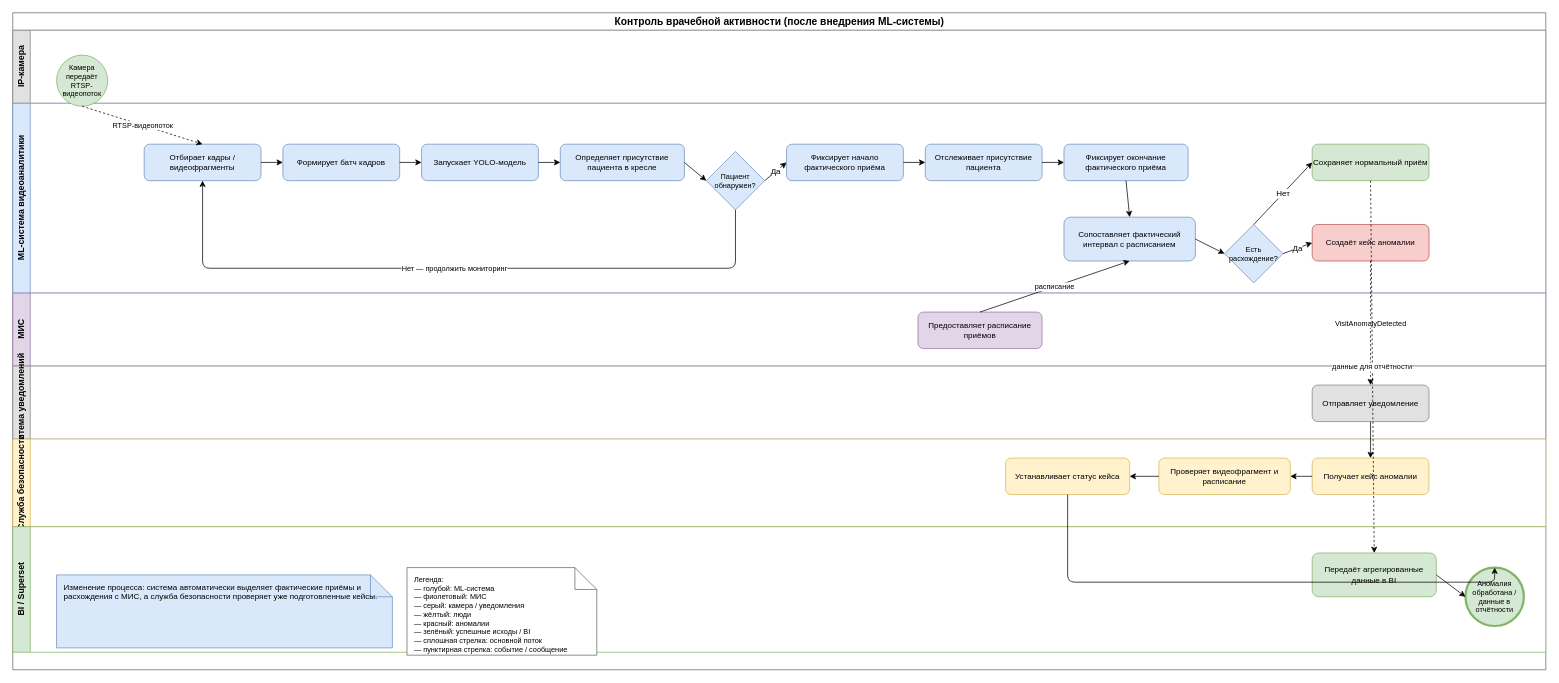
This is diagrams/source/bpmn-after.drawio from AnastasyaDedkova/project-ml-video-analytics, a draw.io file, before an edit. Source tidied: cells renumbered, new cells numbered last; positions are measured from the earlier drawing's top-left corner, leaving out a move shared by most shapes. Both pictures are drawn from the tidied source at 73%, with x=0, y=0 at pixel (12, 12).
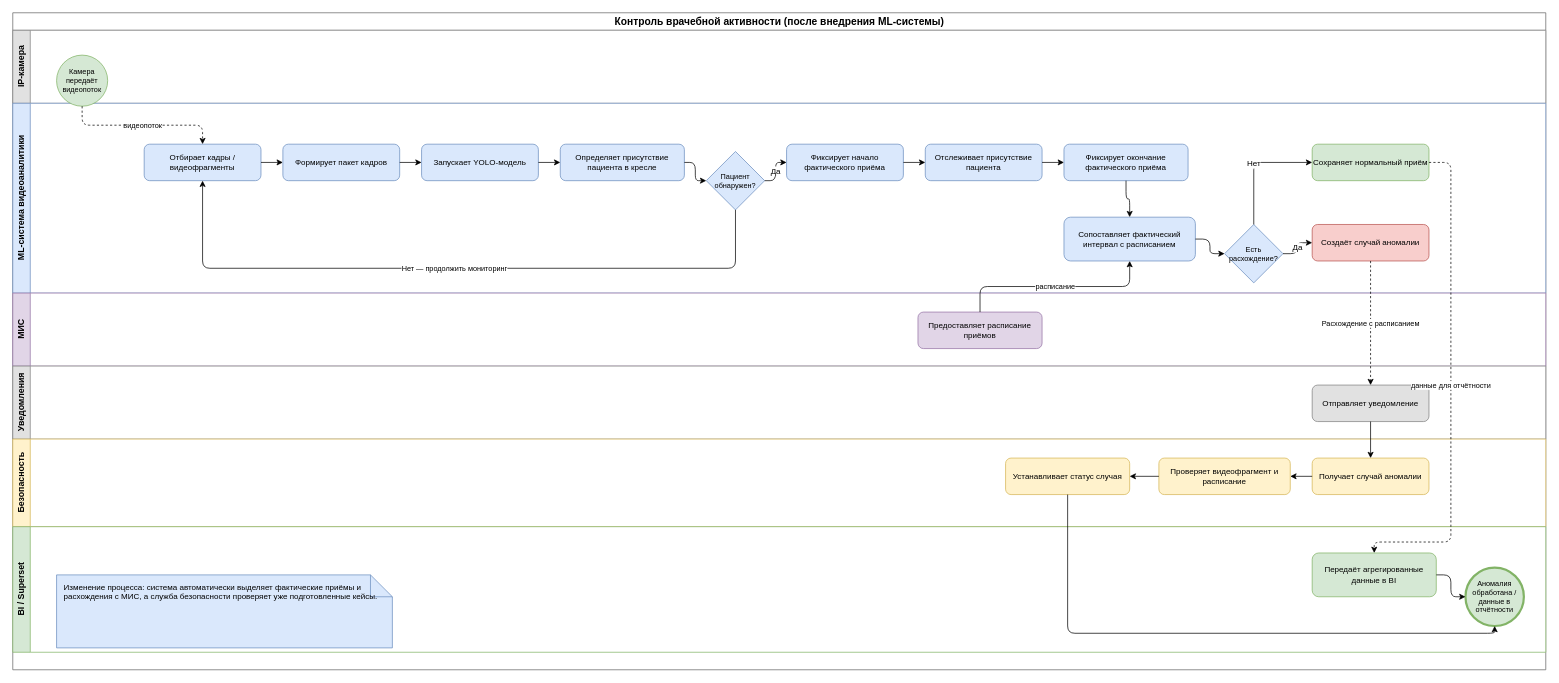
After the change.

Commit message (it also covers changes not shown here):
диаграммы bpmn, er, uml

Unchanged cells that the change refers to:
```xml
<mxCell id="2" value="Контроль врачебной активности (после внедрения ML-системы)" style="shape=swimlane;html=1;startSize=24;fontSize=14;fontStyle=1;fillColor=#FFFFFF;strokeColor=#666666;" parent="1" vertex="1">
  <mxGeometry width="2100" height="900" as="geometry" />
</mxCell>
<mxCell id="10" value="Отбирает кадры / видеофрагменты" style="rounded=1;whiteSpace=wrap;html=1;fillColor=#DAE8FC;strokeColor=#6C8EBF;fontSize=11;" parent="2" vertex="1">
  <mxGeometry x="180" y="180" width="160" height="50" as="geometry" />
</mxCell>
<mxCell id="12" value="Запускает YOLO-модель" style="rounded=1;whiteSpace=wrap;html=1;fillColor=#DAE8FC;strokeColor=#6C8EBF;fontSize=11;" parent="2" vertex="1">
  <mxGeometry x="560" y="180" width="160" height="50" as="geometry" />
</mxCell>
<mxCell id="13" value="Определяет присутствие пациента в кресле" style="rounded=1;whiteSpace=wrap;html=1;fillColor=#DAE8FC;strokeColor=#6C8EBF;fontSize=11;" parent="2" vertex="1">
  <mxGeometry x="750" y="180" width="170" height="50" as="geometry" />
</mxCell>
<mxCell id="14" value="Пациент&#10;обнаружен?" style="rhombus;whiteSpace=wrap;html=1;fillColor=#DAE8FC;strokeColor=#6C8EBF;fontSize=10;" parent="2" vertex="1">
  <mxGeometry x="950" y="190" width="80" height="80" as="geometry" />
</mxCell>
<mxCell id="15" value="Фиксирует начало фактического приёма" style="rounded=1;whiteSpace=wrap;html=1;fillColor=#DAE8FC;strokeColor=#6C8EBF;fontSize=11;" parent="2" vertex="1">
  <mxGeometry x="1060" y="180" width="160" height="50" as="geometry" />
</mxCell>
<mxCell id="16" value="Отслеживает присутствие пациента" style="rounded=1;whiteSpace=wrap;html=1;fillColor=#DAE8FC;strokeColor=#6C8EBF;fontSize=11;" parent="2" vertex="1">
  <mxGeometry x="1250" y="180" width="160" height="50" as="geometry" />
</mxCell>
<mxCell id="17" value="Фиксирует окончание фактического приёма" style="rounded=1;whiteSpace=wrap;html=1;fillColor=#DAE8FC;strokeColor=#6C8EBF;fontSize=11;" parent="2" vertex="1">
  <mxGeometry x="1440" y="180" width="170" height="50" as="geometry" />
</mxCell>
<mxCell id="18" value="Сопоставляет фактический интервал с расписанием" style="rounded=1;whiteSpace=wrap;html=1;fillColor=#DAE8FC;strokeColor=#6C8EBF;fontSize=11;" parent="2" vertex="1">
  <mxGeometry x="1440" y="280" width="180" height="60" as="geometry" />
</mxCell>
<mxCell id="19" value="Предоставляет расписание приёмов" style="rounded=1;whiteSpace=wrap;html=1;fillColor=#E1D5E7;strokeColor=#9673A6;fontSize=11;" parent="2" vertex="1">
  <mxGeometry x="1240" y="410" width="170" height="50" as="geometry" />
</mxCell>
<mxCell id="20" value="Есть&#10;расхождение?" style="rhombus;whiteSpace=wrap;html=1;fillColor=#DAE8FC;strokeColor=#6C8EBF;fontSize=10;" parent="2" vertex="1">
  <mxGeometry x="1660" y="290" width="80" height="80" as="geometry" />
</mxCell>
<mxCell id="21" value="Сохраняет нормальный приём" style="rounded=1;whiteSpace=wrap;html=1;fillColor=#D5E8D4;strokeColor=#82B366;fontSize=11;" parent="2" vertex="1">
  <mxGeometry x="1780" y="180" width="160" height="50" as="geometry" />
</mxCell>
<mxCell id="23" value="Отправляет уведомление" style="rounded=1;whiteSpace=wrap;html=1;fillColor=#E1E1E1;strokeColor=#808080;fontSize=11;" parent="2" vertex="1">
  <mxGeometry x="1780" y="510" width="160" height="50" as="geometry" />
</mxCell>
<mxCell id="25" value="Проверяет видеофрагмент и расписание" style="rounded=1;whiteSpace=wrap;html=1;fillColor=#FFF2CC;strokeColor=#D6B656;fontSize=11;" parent="2" vertex="1">
  <mxGeometry x="1570" y="610" width="180" height="50" as="geometry" />
</mxCell>
<mxCell id="27" value="Передаёт агрегированные данные в BI" style="rounded=1;whiteSpace=wrap;html=1;fillColor=#D5E8D4;strokeColor=#82B366;fontSize=11;" parent="2" vertex="1">
  <mxGeometry x="1780" y="740" width="170" height="60" as="geometry" />
</mxCell>
<mxCell id="28" value="Аномалия обработана / данные в отчётности" style="ellipse;html=1;fillColor=#D5E8D4;strokeColor=#82B366;strokeWidth=3;fontSize=10;whiteSpace=wrap;" parent="2" vertex="1">
  <mxGeometry x="1990" y="760" width="80" height="80" as="geometry" />
</mxCell>
```

The edit, as a diff of the source:
```diff
@@
-    <mxCell id="6" value="Система уведомлений" style="shape=swimlane;html=1;horizontal=0;startSize=24;fontSize=12;fontStyle=1;fillColor=#E1E1E1;strokeColor=#808080;swimlaneFillColor=#FFFFFF;" parent="2" vertex="1">
+    <mxCell id="6" value="Уведомления" style="shape=swimlane;html=1;horizontal=0;startSize=24;fontSize=12;fontStyle=1;fillColor=#E1E1E1;strokeColor=#808080;swimlaneFillColor=#FFFFFF;" parent="2" vertex="1">
       <mxGeometry y="484" width="2100" height="100" as="geometry" />
     </mxCell>
-    <mxCell id="7" value="Служба безопасности" style="shape=swimlane;html=1;horizontal=0;startSize=24;fontSize=12;fontStyle=1;fillColor=#FFF2CC;strokeColor=#D6B656;swimlaneFillColor=#FFFFFF;" parent="2" vertex="1">
+    <mxCell id="7" value="Безопасность" style="shape=swimlane;html=1;horizontal=0;startSize=24;fontSize=12;fontStyle=1;fillColor=#FFF2CC;strokeColor=#D6B656;swimlaneFillColor=#FFFFFF;" parent="2" vertex="1">
       <mxGeometry y="584" width="2100" height="120" as="geometry" />
     </mxCell>
@@
-    <mxCell id="9" value="Камера передаёт RTSP-видеопоток" style="ellipse;html=1;fillColor=#D5E8D4;strokeColor=#82B366;fontSize=10;whiteSpace=wrap;" parent="2" vertex="1">
+    <mxCell id="9" value="Камера передаёт видеопоток" style="ellipse;html=1;fillColor=#D5E8D4;strokeColor=#82B366;fontSize=10;whiteSpace=wrap;" parent="2" vertex="1">
       <mxGeometry x="60" y="58" width="70" height="70" as="geometry" />
     </mxCell>
@@
-    <mxCell id="11" value="Формирует батч кадров" style="rounded=1;whiteSpace=wrap;html=1;fillColor=#DAE8FC;strokeColor=#6C8EBF;fontSize=11;" parent="2" vertex="1">
+    <mxCell id="11" value="Формирует пакет кадров" style="rounded=1;whiteSpace=wrap;html=1;fillColor=#DAE8FC;strokeColor=#6C8EBF;fontSize=11;" parent="2" vertex="1">
       <mxGeometry x="370" y="180" width="160" height="50" as="geometry" />
     </mxCell>
@@
-    <mxCell id="22" value="Создаёт кейс аномалии" style="rounded=1;whiteSpace=wrap;html=1;fillColor=#F8CECC;strokeColor=#B85450;fontSize=11;" parent="2" vertex="1">
+    <mxCell id="22" value="Создаёт случай аномалии" style="rounded=1;whiteSpace=wrap;html=1;fillColor=#F8CECC;strokeColor=#B85450;fontSize=11;" parent="2" vertex="1">
       <mxGeometry x="1780" y="290" width="160" height="50" as="geometry" />
     </mxCell>
@@
-    <mxCell id="24" value="Получает кейс аномалии" style="rounded=1;whiteSpace=wrap;html=1;fillColor=#FFF2CC;strokeColor=#D6B656;fontSize=11;" parent="2" vertex="1">
+    <mxCell id="24" value="Получает случай аномалии" style="rounded=1;whiteSpace=wrap;html=1;fillColor=#FFF2CC;strokeColor=#D6B656;fontSize=11;" parent="2" vertex="1">
       <mxGeometry x="1780" y="610" width="160" height="50" as="geometry" />
     </mxCell>
@@
-    <mxCell id="26" value="Устанавливает статус кейса" style="rounded=1;whiteSpace=wrap;html=1;fillColor=#FFF2CC;strokeColor=#D6B656;fontSize=11;" parent="2" vertex="1">
+    <mxCell id="26" value="Устанавливает статус случая" style="rounded=1;whiteSpace=wrap;html=1;fillColor=#FFF2CC;strokeColor=#D6B656;fontSize=11;" parent="2" vertex="1">
       <mxGeometry x="1360" y="610" width="170" height="50" as="geometry" />
     </mxCell>
@@
-    <mxCell id="30" value="Легенда:&#10;— голубой: ML-система&#10;— фиолетовый: МИС&#10;— серый: камера / уведомления&#10;— жёлтый: люди&#10;— красный: аномалии&#10;— зелёный: успешные исходы / BI&#10;— сплошная стрелка: основной поток&#10;— пунктирная стрелка: событие / сообщение" style="shape=note;whiteSpace=wrap;html=1;fillColor=#FFFFFF;strokeColor=#666666;fontSize=10;align=left;verticalAlign=top;spacingLeft=8;spacingTop=4;" parent="2" vertex="1">
-      <mxGeometry x="540" y="760" width="260" height="120" as="geometry" />
-    </mxCell>
-    <mxCell id="31" value="RTSP-видеопоток" style="endArrow=classic;html=1;dashed=1;fontSize=10;exitX=0.5;exitY=1;entryX=0.5;entryY=0;" parent="2" edge="1" source="9" target="10">
+    <mxCell id="31" value="видеопоток" style="endArrow=classic;html=1;edgeStyle=orthogonalEdgeStyle;rounded=1;dashed=1;fontSize=10;exitX=0.5;exitY=1;entryX=0.5;entryY=0;" parent="2" edge="1" source="9" target="10">
       <mxGeometry relative="1" as="geometry" />
     </mxCell>
-    <mxCell id="32" style="endArrow=classic;html=1;exitX=1;exitY=0.5;entryX=0;entryY=0.5;" parent="2" edge="1" source="10" target="11">
+    <mxCell id="32" style="endArrow=classic;html=1;edgeStyle=orthogonalEdgeStyle;rounded=1;exitX=1;exitY=0.5;entryX=0;entryY=0.5;" parent="2" edge="1" source="10" target="11">
       <mxGeometry relative="1" as="geometry" />
     </mxCell>
-    <mxCell id="33" style="endArrow=classic;html=1;exitX=1;exitY=0.5;entryX=0;entryY=0.5;" parent="2" edge="1" source="11" target="12">
+    <mxCell id="33" style="endArrow=classic;html=1;edgeStyle=orthogonalEdgeStyle;rounded=1;exitX=1;exitY=0.5;entryX=0;entryY=0.5;" parent="2" edge="1" source="11" target="12">
       <mxGeometry relative="1" as="geometry" />
     </mxCell>
-    <mxCell id="34" style="endArrow=classic;html=1;exitX=1;exitY=0.5;entryX=0;entryY=0.5;" parent="2" edge="1" source="12" target="13">
+    <mxCell id="34" style="endArrow=classic;html=1;edgeStyle=orthogonalEdgeStyle;rounded=1;exitX=1;exitY=0.5;entryX=0;entryY=0.5;" parent="2" edge="1" source="12" target="13">
       <mxGeometry relative="1" as="geometry" />
     </mxCell>
-    <mxCell id="35" style="endArrow=classic;html=1;exitX=1;exitY=0.5;entryX=0;entryY=0.5;" parent="2" edge="1" source="13" target="14">
+    <mxCell id="35" style="endArrow=classic;html=1;edgeStyle=orthogonalEdgeStyle;rounded=1;exitX=1;exitY=0.5;entryX=0;entryY=0.5;" parent="2" edge="1" source="13" target="14">
       <mxGeometry relative="1" as="geometry" />
     </mxCell>
-    <mxCell id="36" value="Нет — продолжить мониторинг" style="endArrow=classic;html=1;exitX=0.5;exitY=1;entryX=0.5;entryY=1;fontSize=10;" parent="2" edge="1" source="14" target="10">
+    <mxCell id="36" value="Нет — продолжить мониторинг" style="endArrow=classic;html=1;edgeStyle=orthogonalEdgeStyle;rounded=1;exitX=0.5;exitY=1;entryX=0.5;entryY=1;fontSize=10;" parent="2" edge="1" source="14" target="10">
       <mxGeometry relative="1" as="geometry">
         <Array as="points">
           <mxPoint x="990" y="350" />
           <mxPoint x="260" y="350" />
         </Array>
       </mxGeometry>
     </mxCell>
-    <mxCell id="37" value="Да" style="endArrow=classic;html=1;exitX=1;exitY=0.5;entryX=0;entryY=0.5;fontSize=11;" parent="2" edge="1" source="14" target="15">
+    <mxCell id="37" value="Да" style="endArrow=classic;html=1;edgeStyle=orthogonalEdgeStyle;rounded=1;exitX=1;exitY=0.5;entryX=0;entryY=0.5;fontSize=11;" parent="2" edge="1" source="14" target="15">
       <mxGeometry relative="1" as="geometry" />
     </mxCell>
-    <mxCell id="38" style="endArrow=classic;html=1;exitX=1;exitY=0.5;entryX=0;entryY=0.5;" parent="2" edge="1" source="15" target="16">
+    <mxCell id="38" style="endArrow=classic;html=1;edgeStyle=orthogonalEdgeStyle;rounded=1;exitX=1;exitY=0.5;entryX=0;entryY=0.5;" parent="2" edge="1" source="15" target="16">
       <mxGeometry relative="1" as="geometry" />
     </mxCell>
-    <mxCell id="39" style="endArrow=classic;html=1;exitX=1;exitY=0.5;entryX=0;entryY=0.5;" parent="2" edge="1" source="16" target="17">
+    <mxCell id="39" style="endArrow=classic;html=1;edgeStyle=orthogonalEdgeStyle;rounded=1;exitX=1;exitY=0.5;entryX=0;entryY=0.5;" parent="2" edge="1" source="16" target="17">
       <mxGeometry relative="1" as="geometry" />
     </mxCell>
-    <mxCell id="40" style="endArrow=classic;html=1;exitX=0.5;exitY=1;entryX=0.5;entryY=0;" parent="2" edge="1" source="17" target="18">
+    <mxCell id="40" style="endArrow=classic;html=1;edgeStyle=orthogonalEdgeStyle;rounded=1;exitX=0.5;exitY=1;entryX=0.5;entryY=0;" parent="2" edge="1" source="17" target="18">
       <mxGeometry relative="1" as="geometry" />
     </mxCell>
-    <mxCell id="41" value="расписание" style="endArrow=classic;html=1;fontSize=10;exitX=0.5;exitY=0;entryX=0.5;entryY=1;" parent="2" edge="1" source="19" target="18">
+    <mxCell id="41" value="расписание" style="endArrow=classic;html=1;edgeStyle=orthogonalEdgeStyle;rounded=1;fontSize=10;exitX=0.5;exitY=0;entryX=0.5;entryY=1;" parent="2" edge="1" source="19" target="18">
       <mxGeometry relative="1" as="geometry" />
     </mxCell>
-    <mxCell id="42" style="endArrow=classic;html=1;exitX=1;exitY=0.5;entryX=0;entryY=0.5;" parent="2" edge="1" source="18" target="20">
+    <mxCell id="42" style="endArrow=classic;html=1;edgeStyle=orthogonalEdgeStyle;rounded=1;exitX=1;exitY=0.5;entryX=0;entryY=0.5;" parent="2" edge="1" source="18" target="20">
       <mxGeometry relative="1" as="geometry" />
     </mxCell>
-    <mxCell id="43" value="Нет" style="endArrow=classic;html=1;exitX=0.5;exitY=0;entryX=0;entryY=0.5;fontSize=11;" parent="2" edge="1" source="20" target="21">
+    <mxCell id="43" value="Нет" style="endArrow=classic;html=1;edgeStyle=orthogonalEdgeStyle;rounded=1;exitX=0.5;exitY=0;entryX=0;entryY=0.5;fontSize=11;" parent="2" edge="1" source="20" target="21">
       <mxGeometry relative="1" as="geometry" />
     </mxCell>
-    <mxCell id="44" value="Да" style="endArrow=classic;html=1;exitX=1;exitY=0.5;entryX=0;entryY=0.5;fontSize=11;" parent="2" edge="1" source="20" target="22">
+    <mxCell id="44" value="Да" style="endArrow=classic;html=1;edgeStyle=orthogonalEdgeStyle;rounded=1;exitX=1;exitY=0.5;entryX=0;entryY=0.5;fontSize=11;" parent="2" edge="1" source="20" target="22">
       <mxGeometry relative="1" as="geometry" />
     </mxCell>
-    <mxCell id="45" value="VisitAnomalyDetected" style="endArrow=classic;html=1;dashed=1;fontSize=10;exitX=0.5;exitY=1;entryX=0.5;entryY=0;" parent="2" edge="1" source="22" target="23">
+    <mxCell id="45" value="Расхождение с расписанием" style="endArrow=classic;html=1;edgeStyle=orthogonalEdgeStyle;rounded=1;dashed=1;fontSize=10;exitX=0.5;exitY=1;entryX=0.5;entryY=0;" parent="2" edge="1" source="22" target="23">
       <mxGeometry relative="1" as="geometry" />
     </mxCell>
-    <mxCell id="46" style="endArrow=classic;html=1;exitX=0.5;exitY=1;entryX=0.5;entryY=0;" parent="2" edge="1" source="23" target="24">
+    <mxCell id="46" style="endArrow=classic;html=1;edgeStyle=orthogonalEdgeStyle;rounded=1;exitX=0.5;exitY=1;entryX=0.5;entryY=0;" parent="2" edge="1" source="23" target="24">
       <mxGeometry relative="1" as="geometry" />
     </mxCell>
-    <mxCell id="47" style="endArrow=classic;html=1;exitX=0;exitY=0.5;entryX=1;entryY=0.5;" parent="2" edge="1" source="24" target="25">
+    <mxCell id="47" style="endArrow=classic;html=1;edgeStyle=orthogonalEdgeStyle;rounded=1;exitX=0;exitY=0.5;entryX=1;entryY=0.5;" parent="2" edge="1" source="24" target="25">
       <mxGeometry relative="1" as="geometry" />
     </mxCell>
-    <mxCell id="48" style="endArrow=classic;html=1;exitX=0;exitY=0.5;entryX=1;entryY=0.5;" parent="2" edge="1" source="25" target="26">
+    <mxCell id="48" style="endArrow=classic;html=1;edgeStyle=orthogonalEdgeStyle;rounded=1;exitX=0;exitY=0.5;entryX=1;entryY=0.5;" parent="2" edge="1" source="25" target="26">
       <mxGeometry relative="1" as="geometry" />
     </mxCell>
-    <mxCell id="49" value="данные для отчётности" style="endArrow=classic;html=1;dashed=1;fontSize=10;exitX=0.5;exitY=1;entryX=0.5;entryY=0;" parent="2" edge="1" source="21" target="27">
-      <mxGeometry relative="1" as="geometry" />
+    <mxCell id="49" value="данные для отчётности" style="endArrow=classic;html=1;edgeStyle=orthogonalEdgeStyle;rounded=1;dashed=1;fontSize=10;exitX=1;exitY=0.5;entryX=0.5;entryY=0;labelBackgroundColor=#FFFFFF;" parent="2" edge="1" source="21" target="27">
+      <mxGeometry relative="1" as="geometry">
+        <Array as="points">
+          <mxPoint x="1970" y="205" />
+          <mxPoint x="1970" y="725" />
+          <mxPoint x="1865" y="725" />
+        </Array>
+      </mxGeometry>
     </mxCell>
-    <mxCell id="50" style="endArrow=classic;html=1;exitX=1;exitY=0.5;entryX=0;entryY=0.5;" parent="2" edge="1" source="27" target="28">
+    <mxCell id="50" style="endArrow=classic;html=1;edgeStyle=orthogonalEdgeStyle;rounded=1;exitX=1;exitY=0.5;entryX=0;entryY=0.5;" parent="2" edge="1" source="27" target="28">
       <mxGeometry relative="1" as="geometry" />
     </mxCell>
-    <mxCell id="51" style="endArrow=classic;html=1;exitX=0.5;exitY=1;entryX=0.5;entryY=0;" parent="2" edge="1" source="26" target="28">
+    <mxCell id="51" style="endArrow=classic;html=1;edgeStyle=orthogonalEdgeStyle;rounded=1;exitX=0.5;exitY=1;entryX=0.5;entryY=1;" parent="2" edge="1" source="26" target="28">
       <mxGeometry relative="1" as="geometry">
         <Array as="points">
-          <mxPoint x="1445" y="780" />
-          <mxPoint x="2030" y="780" />
+          <mxPoint x="1445" y="850" />
+          <mxPoint x="2030" y="850" />
         </Array>
       </mxGeometry>
     </mxCell>
```
